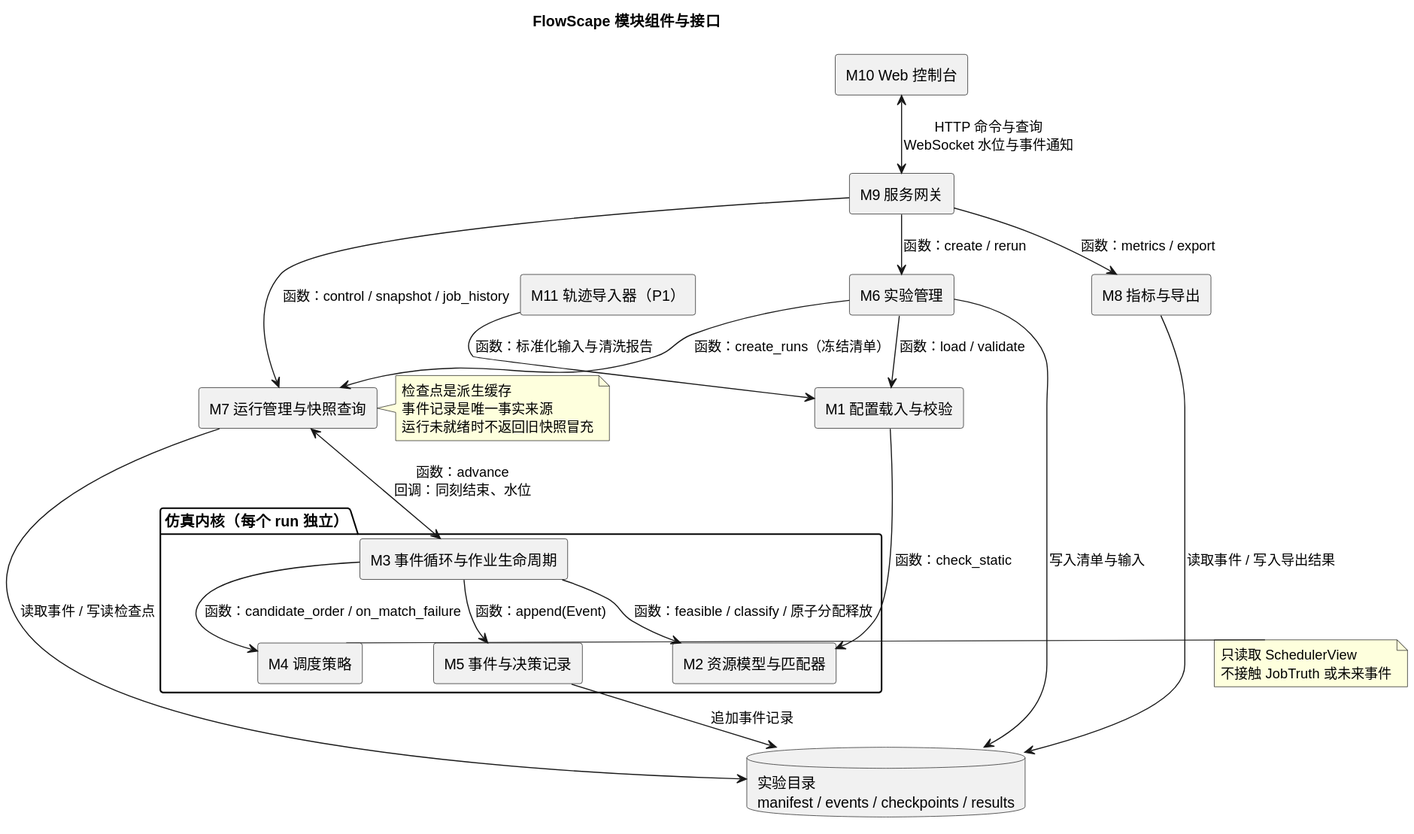
Earlier version of the PlantUML export 概要设计/diagrams/system-components.svg (Sugaria0427/FlowScape).
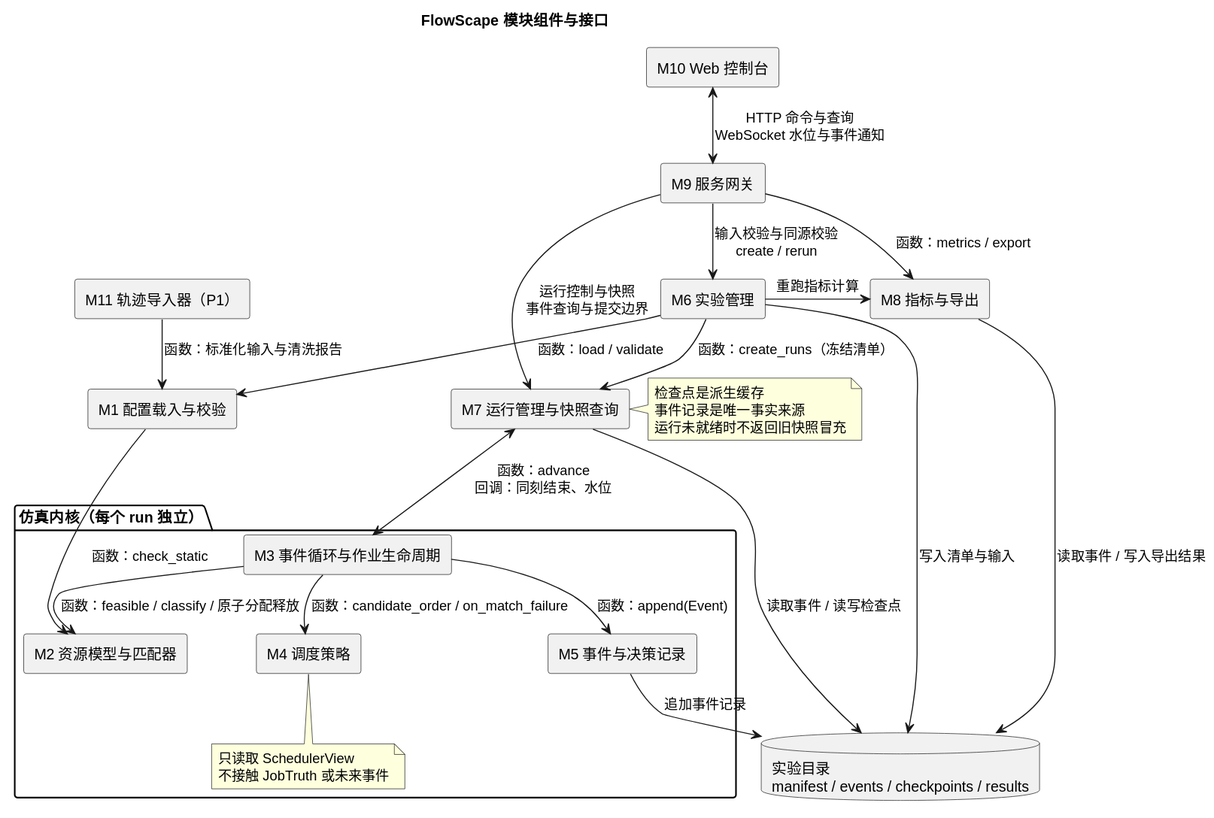
Later version of the same file.

The edit, as a diff of the source:
```diff
@@ -15,11 +15,15 @@
 component "M4 调度策略" as M4
 component "M2 资源模型与匹配器" as M2
 component "M5 事件与决策记录" as M5
+note bottom of M4
+只读取 SchedulerView
+不接触 JobTruth 或未来事件
+end note
 }
 database "实验目录\nmanifest / events / checkpoints / results" as Store
 M10 <--> M9 : HTTP 命令与查询\nWebSocket 水位与事件通知
-M9 --> M6 : 函数：create / rerun
-M9 --> M7 : 函数：control / snapshot / job_history
+M9 --> M6 : 输入校验与同源校验\ncreate / rerun
+M9 --> M7 : 运行控制与快照\n事件查询与提交边界
 M9 --> M8 : 函数：metrics / export
 M6 --> M1 : 函数：load / validate
 M11 --> M1 : 函数：标准化输入与清洗报告
@@ -31,12 +35,9 @@
 M3 --> M5 : 函数：append(Event)
 M5 --> Store : 追加事件记录
 M6 --> Store : 写入清单与输入
-M7 --> Store : 读取事件 / 写读检查点
+M7 --> Store : 读取事件 / 读写检查点
 M8 --> Store : 读取事件 / 写入导出结果
-note right of M4
-只读取 SchedulerView
-不接触 JobTruth 或未来事件
-end note
+M6 -right-> M8 : 重跑指标计算
 note right of M7
 检查点是派生缓存
 事件记录是唯一事实来源
```
